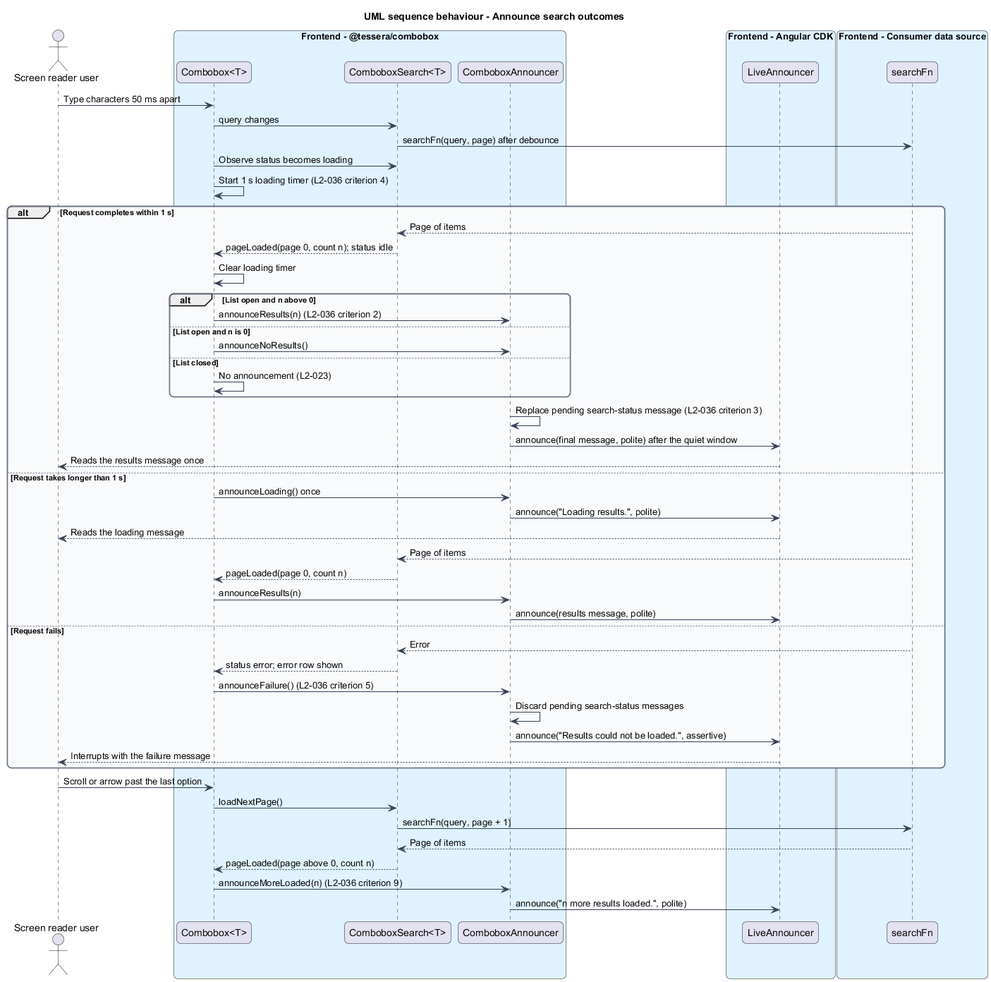
This is docs/detailed-designs/combobox/expose-to-assistive-tech/diagrams/sequence-announce-search.png from QuinntyneBrown/Tessera, a PlantUML export, as it was before one commit.
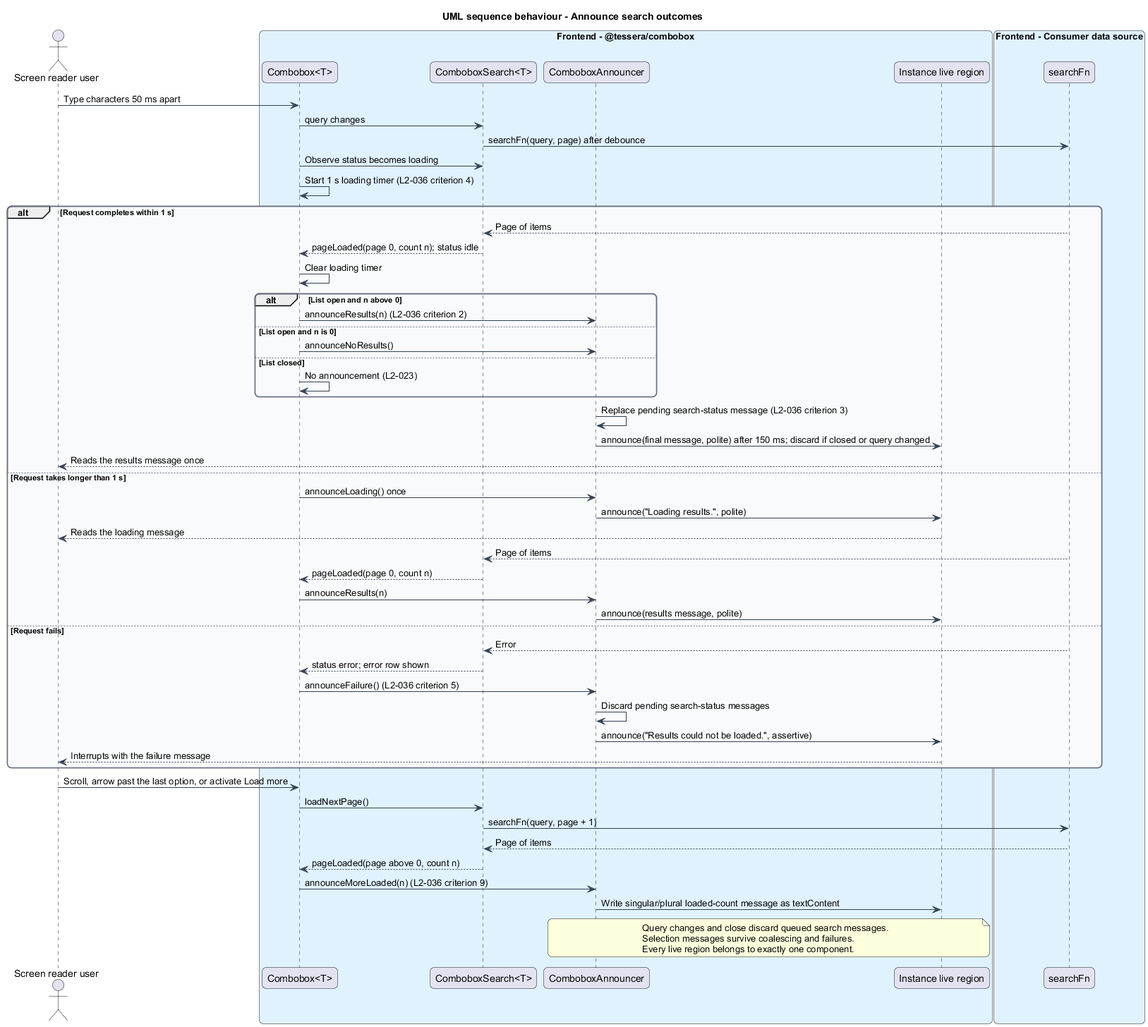
The same file after the commit.

What changed in the source:
```diff
@@ -19,9 +19,7 @@
   participant "Combobox<T>" as combobox
   participant "ComboboxSearch<T>" as search
   participant "ComboboxAnnouncer" as announcer
-end box
-box "Frontend - Angular CDK" #E0F2FE
-  participant "LiveAnnouncer" as live
+  participant "Instance live region" as live
 end box
 box "Frontend - Consumer data source" #E0F2FE
   participant "searchFn" as data
@@ -45,7 +43,7 @@
     combobox -> combobox : No announcement (L2-023)
   end
   announcer -> announcer : Replace pending search-status message (L2-036 criterion 3)
-  announcer -> live : announce(final message, polite) after the quiet window
+  announcer -> live : announce(final message, polite) after 150 ms; discard if closed or query changed
   live --> user : Reads the results message once
 else Request takes longer than 1 s
   combobox -> announcer : announceLoading() once
@@ -64,11 +62,16 @@
   live --> user : Interrupts with the failure message
 end
 
-user -> combobox : Scroll or arrow past the last option
+user -> combobox : Scroll, arrow past the last option, or activate Load more
 combobox -> search : loadNextPage()
 search -> data : searchFn(query, page + 1)
 data --> search : Page of items
 search --> combobox : pageLoaded(page above 0, count n)
 combobox -> announcer : announceMoreLoaded(n) (L2-036 criterion 9)
-announcer -> live : announce("n more results loaded.", polite)
+announcer -> live : Write singular/plural loaded-count message as textContent
+note over announcer, live
+  Query changes and close discard queued search messages.
+  Selection messages survive coalescing and failures.
+  Every live region belongs to exactly one component.
+end note
 @enduml
```
